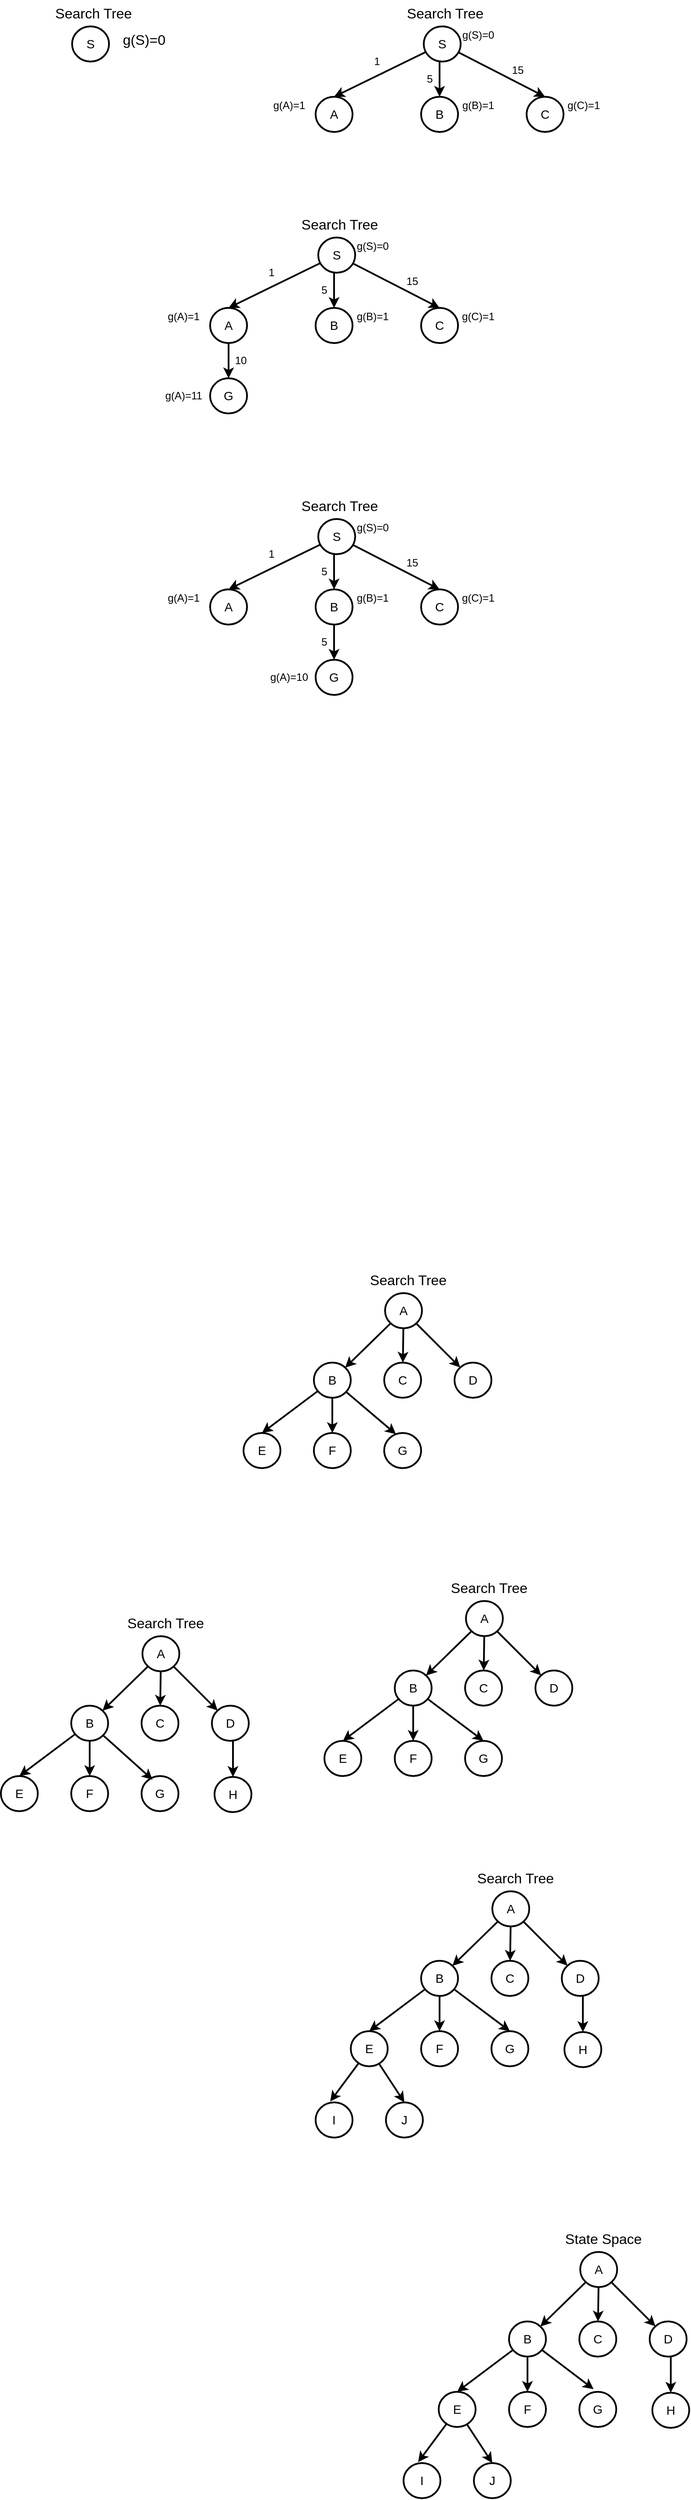
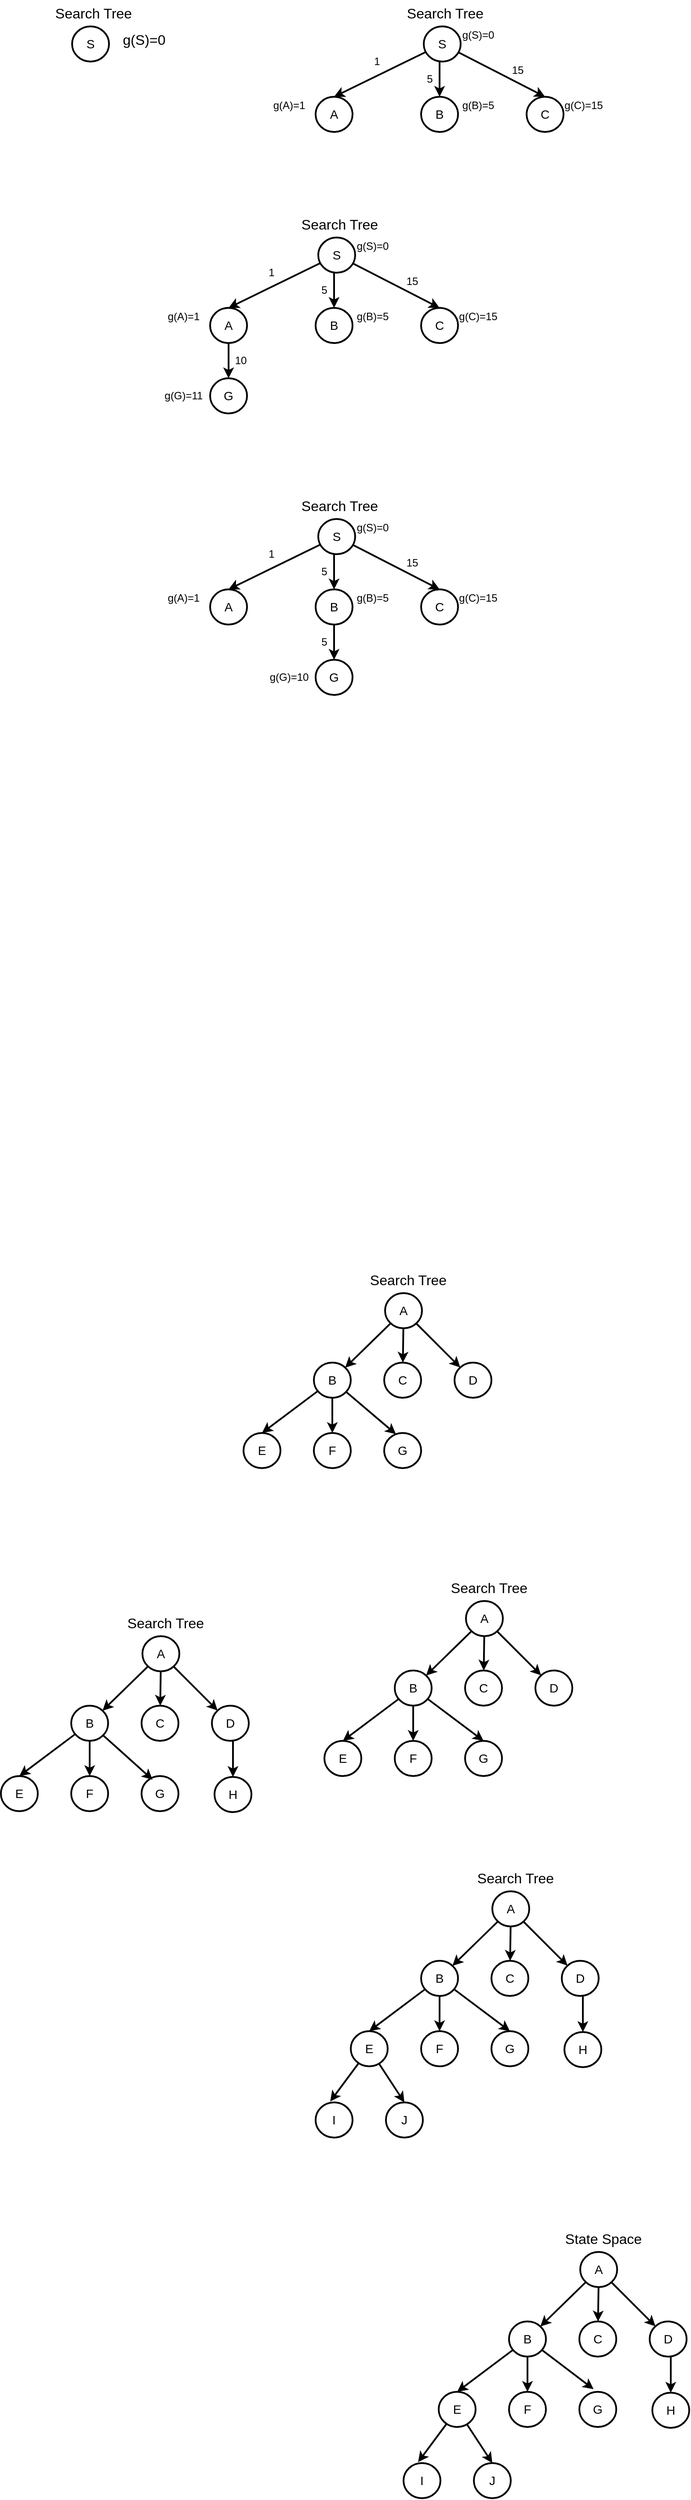
<mxfile host="app.diagrams.net">
  <diagram name="Page-1" id="BSzVWueWxRZ0f2yqvMc-">
    <mxGraphModel dx="656" dy="-749" grid="1" gridSize="10" guides="0" tooltips="1" connect="1" arrows="1" fold="1" page="1" pageScale="1" pageWidth="850" pageHeight="1100" math="0" shadow="0">
      <root>
        <mxCell id="0" />
        <mxCell id="1" parent="0" />
        <mxCell id="3aDSpglnKRdrbF7ndWlJ-5" parent="1" style="ellipse;whiteSpace=wrap;html=1;strokeWidth=2;fontSize=14;" value="S" vertex="1">
          <mxGeometry height="40" width="42" x="123" y="1160" as="geometry" />
        </mxCell>
        <mxCell id="leJ_CQFsEEDb8NTlPus--58" edge="1" parent="1" source="leJ_CQFsEEDb8NTlPus--61" style="rounded=0;orthogonalLoop=1;jettySize=auto;html=1;strokeWidth=2;endArrow=classic;endFill=1;" target="leJ_CQFsEEDb8NTlPus--64" value="">
          <mxGeometry relative="1" as="geometry" />
        </mxCell>
        <mxCell id="leJ_CQFsEEDb8NTlPus--59" edge="1" parent="1" source="leJ_CQFsEEDb8NTlPus--61" style="rounded=0;orthogonalLoop=1;jettySize=auto;html=1;strokeWidth=2;endArrow=classic;endFill=1;" target="leJ_CQFsEEDb8NTlPus--65" value="">
          <mxGeometry relative="1" as="geometry" />
        </mxCell>
        <mxCell id="leJ_CQFsEEDb8NTlPus--60" edge="1" parent="1" source="leJ_CQFsEEDb8NTlPus--61" style="rounded=0;orthogonalLoop=1;jettySize=auto;html=1;strokeWidth=2;" target="leJ_CQFsEEDb8NTlPus--66">
          <mxGeometry relative="1" as="geometry" />
        </mxCell>
        <mxCell id="leJ_CQFsEEDb8NTlPus--61" parent="1" style="ellipse;whiteSpace=wrap;html=1;strokeWidth=2;fontSize=14;" value="A" vertex="1">
          <mxGeometry height="40" width="42" x="479" y="2600" as="geometry" />
        </mxCell>
        <mxCell id="leJ_CQFsEEDb8NTlPus--62" edge="1" parent="1" source="leJ_CQFsEEDb8NTlPus--64" style="rounded=0;orthogonalLoop=1;jettySize=auto;html=1;entryX=0.5;entryY=0;entryDx=0;entryDy=0;strokeWidth=2;" target="leJ_CQFsEEDb8NTlPus--67">
          <mxGeometry relative="1" as="geometry" />
        </mxCell>
        <mxCell id="leJ_CQFsEEDb8NTlPus--63" edge="1" parent="1" source="leJ_CQFsEEDb8NTlPus--64" style="edgeStyle=orthogonalEdgeStyle;rounded=0;orthogonalLoop=1;jettySize=auto;html=1;strokeWidth=2;" target="leJ_CQFsEEDb8NTlPus--68" value="">
          <mxGeometry relative="1" as="geometry" />
        </mxCell>
        <mxCell id="leJ_CQFsEEDb8NTlPus--64" parent="1" style="ellipse;whiteSpace=wrap;html=1;strokeWidth=2;fontSize=14;" value="B" vertex="1">
          <mxGeometry height="40" width="42" x="398" y="2679" as="geometry" />
        </mxCell>
        <mxCell id="leJ_CQFsEEDb8NTlPus--65" parent="1" style="ellipse;whiteSpace=wrap;html=1;strokeWidth=2;fontSize=14;" value="C" vertex="1">
          <mxGeometry height="40" width="42" x="478" y="2679" as="geometry" />
        </mxCell>
        <mxCell id="leJ_CQFsEEDb8NTlPus--66" parent="1" style="ellipse;whiteSpace=wrap;html=1;strokeWidth=2;fontSize=14;" value="D" vertex="1">
          <mxGeometry height="40" width="42" x="558" y="2679" as="geometry" />
        </mxCell>
        <mxCell id="leJ_CQFsEEDb8NTlPus--67" parent="1" style="ellipse;whiteSpace=wrap;html=1;strokeWidth=2;fontSize=14;" value="E" vertex="1">
          <mxGeometry height="40" width="42" x="318" y="2759" as="geometry" />
        </mxCell>
        <mxCell id="leJ_CQFsEEDb8NTlPus--68" parent="1" style="ellipse;whiteSpace=wrap;html=1;strokeWidth=2;fontSize=14;" value="F" vertex="1">
          <mxGeometry height="40" width="42" x="398" y="2759" as="geometry" />
        </mxCell>
        <mxCell id="leJ_CQFsEEDb8NTlPus--69" parent="1" style="ellipse;whiteSpace=wrap;html=1;strokeWidth=2;fontSize=14;" value="G" vertex="1">
          <mxGeometry height="40" width="42" x="478" y="2759" as="geometry" />
        </mxCell>
        <mxCell id="leJ_CQFsEEDb8NTlPus--70" edge="1" parent="1" source="leJ_CQFsEEDb8NTlPus--64" style="rounded=0;orthogonalLoop=1;jettySize=auto;html=1;entryX=0.319;entryY=0.035;entryDx=0;entryDy=0;entryPerimeter=0;strokeWidth=2;" target="leJ_CQFsEEDb8NTlPus--69">
          <mxGeometry relative="1" as="geometry" />
        </mxCell>
        <mxCell id="leJ_CQFsEEDb8NTlPus--72" parent="1" style="text;html=1;whiteSpace=wrap;strokeColor=none;fillColor=none;align=center;verticalAlign=middle;rounded=0;fontSize=16;" value="Search Tree" vertex="1">
          <mxGeometry height="30" width="95" x="458" y="2570" as="geometry" />
        </mxCell>
        <mxCell id="leJ_CQFsEEDb8NTlPus--75" edge="1" parent="1" source="leJ_CQFsEEDb8NTlPus--78" style="rounded=0;orthogonalLoop=1;jettySize=auto;html=1;strokeWidth=2;endArrow=classic;endFill=1;" target="leJ_CQFsEEDb8NTlPus--81" value="">
          <mxGeometry relative="1" as="geometry" />
        </mxCell>
        <mxCell id="leJ_CQFsEEDb8NTlPus--76" edge="1" parent="1" source="leJ_CQFsEEDb8NTlPus--78" style="rounded=0;orthogonalLoop=1;jettySize=auto;html=1;strokeWidth=2;endArrow=classic;endFill=1;" target="leJ_CQFsEEDb8NTlPus--82" value="">
          <mxGeometry relative="1" as="geometry" />
        </mxCell>
        <mxCell id="leJ_CQFsEEDb8NTlPus--77" edge="1" parent="1" source="leJ_CQFsEEDb8NTlPus--78" style="rounded=0;orthogonalLoop=1;jettySize=auto;html=1;strokeWidth=2;" target="leJ_CQFsEEDb8NTlPus--84">
          <mxGeometry relative="1" as="geometry" />
        </mxCell>
        <mxCell id="leJ_CQFsEEDb8NTlPus--78" parent="1" style="ellipse;whiteSpace=wrap;html=1;strokeWidth=2;fontSize=14;" value="A" vertex="1">
          <mxGeometry height="40" width="42" x="571" y="2950" as="geometry" />
        </mxCell>
        <mxCell id="leJ_CQFsEEDb8NTlPus--79" edge="1" parent="1" source="leJ_CQFsEEDb8NTlPus--81" style="rounded=0;orthogonalLoop=1;jettySize=auto;html=1;entryX=0.5;entryY=0;entryDx=0;entryDy=0;strokeWidth=2;" target="leJ_CQFsEEDb8NTlPus--85">
          <mxGeometry relative="1" as="geometry" />
        </mxCell>
        <mxCell id="leJ_CQFsEEDb8NTlPus--208" edge="1" parent="1" source="leJ_CQFsEEDb8NTlPus--81" style="edgeStyle=orthogonalEdgeStyle;rounded=0;orthogonalLoop=1;jettySize=auto;html=1;strokeWidth=2;" target="leJ_CQFsEEDb8NTlPus--86" value="">
          <mxGeometry relative="1" as="geometry" />
        </mxCell>
        <mxCell id="leJ_CQFsEEDb8NTlPus--209" edge="1" parent="1" source="leJ_CQFsEEDb8NTlPus--81" style="rounded=0;orthogonalLoop=1;jettySize=auto;html=1;entryX=0.5;entryY=0;entryDx=0;entryDy=0;strokeWidth=2;" target="leJ_CQFsEEDb8NTlPus--87">
          <mxGeometry relative="1" as="geometry" />
        </mxCell>
        <mxCell id="leJ_CQFsEEDb8NTlPus--81" parent="1" style="ellipse;whiteSpace=wrap;html=1;strokeWidth=2;fontSize=14;" value="B" vertex="1">
          <mxGeometry height="40" width="42" x="490" y="3029" as="geometry" />
        </mxCell>
        <mxCell id="leJ_CQFsEEDb8NTlPus--82" parent="1" style="ellipse;whiteSpace=wrap;html=1;strokeWidth=2;fontSize=14;" value="C" vertex="1">
          <mxGeometry height="40" width="42" x="570" y="3029" as="geometry" />
        </mxCell>
        <mxCell id="leJ_CQFsEEDb8NTlPus--84" parent="1" style="ellipse;whiteSpace=wrap;html=1;strokeWidth=2;fontSize=14;" value="D" vertex="1">
          <mxGeometry height="40" width="42" x="650" y="3029" as="geometry" />
        </mxCell>
        <mxCell id="leJ_CQFsEEDb8NTlPus--85" parent="1" style="ellipse;whiteSpace=wrap;html=1;strokeWidth=2;fontSize=14;" value="E" vertex="1">
          <mxGeometry height="40" width="42" x="410" y="3109" as="geometry" />
        </mxCell>
        <mxCell id="leJ_CQFsEEDb8NTlPus--86" parent="1" style="ellipse;whiteSpace=wrap;html=1;strokeWidth=2;fontSize=14;" value="F" vertex="1">
          <mxGeometry height="40" width="42" x="490" y="3109" as="geometry" />
        </mxCell>
        <mxCell id="leJ_CQFsEEDb8NTlPus--87" parent="1" style="ellipse;whiteSpace=wrap;html=1;strokeWidth=2;fontSize=14;" value="G" vertex="1">
          <mxGeometry height="40" width="42" x="570" y="3109" as="geometry" />
        </mxCell>
        <mxCell id="leJ_CQFsEEDb8NTlPus--90" parent="1" style="text;html=1;whiteSpace=wrap;strokeColor=none;fillColor=none;align=center;verticalAlign=middle;rounded=0;fontSize=16;" value="Search Tree" vertex="1">
          <mxGeometry height="30" width="95" x="550" y="2920" as="geometry" />
        </mxCell>
        <mxCell id="leJ_CQFsEEDb8NTlPus--126" edge="1" parent="1" source="leJ_CQFsEEDb8NTlPus--129" style="rounded=0;orthogonalLoop=1;jettySize=auto;html=1;strokeWidth=2;endArrow=classic;endFill=1;" target="leJ_CQFsEEDb8NTlPus--131" value="">
          <mxGeometry relative="1" as="geometry" />
        </mxCell>
        <mxCell id="leJ_CQFsEEDb8NTlPus--127" edge="1" parent="1" source="leJ_CQFsEEDb8NTlPus--129" style="rounded=0;orthogonalLoop=1;jettySize=auto;html=1;strokeWidth=2;endArrow=classic;endFill=1;" target="leJ_CQFsEEDb8NTlPus--134" value="">
          <mxGeometry relative="1" as="geometry" />
        </mxCell>
        <mxCell id="leJ_CQFsEEDb8NTlPus--128" edge="1" parent="1" source="leJ_CQFsEEDb8NTlPus--129" style="rounded=0;orthogonalLoop=1;jettySize=auto;html=1;strokeWidth=2;" target="leJ_CQFsEEDb8NTlPus--136">
          <mxGeometry relative="1" as="geometry" />
        </mxCell>
        <mxCell id="leJ_CQFsEEDb8NTlPus--129" parent="1" style="ellipse;whiteSpace=wrap;html=1;strokeWidth=2;fontSize=14;" value="A" vertex="1">
          <mxGeometry height="40" width="42" x="203" y="2990" as="geometry" />
        </mxCell>
        <mxCell id="leJ_CQFsEEDb8NTlPus--130" edge="1" parent="1" source="leJ_CQFsEEDb8NTlPus--131" style="rounded=0;orthogonalLoop=1;jettySize=auto;html=1;entryX=0.5;entryY=0;entryDx=0;entryDy=0;strokeWidth=2;" target="leJ_CQFsEEDb8NTlPus--137">
          <mxGeometry relative="1" as="geometry" />
        </mxCell>
        <mxCell id="leJ_CQFsEEDb8NTlPus--206" edge="1" parent="1" source="leJ_CQFsEEDb8NTlPus--131" style="edgeStyle=orthogonalEdgeStyle;rounded=0;orthogonalLoop=1;jettySize=auto;html=1;strokeWidth=2;" target="leJ_CQFsEEDb8NTlPus--138" value="">
          <mxGeometry relative="1" as="geometry" />
        </mxCell>
        <mxCell id="leJ_CQFsEEDb8NTlPus--131" parent="1" style="ellipse;whiteSpace=wrap;html=1;strokeWidth=2;fontSize=14;" value="B" vertex="1">
          <mxGeometry height="40" width="42" x="122" y="3069" as="geometry" />
        </mxCell>
        <mxCell id="leJ_CQFsEEDb8NTlPus--134" parent="1" style="ellipse;whiteSpace=wrap;html=1;strokeWidth=2;fontSize=14;" value="C" vertex="1">
          <mxGeometry height="40" width="42" x="202" y="3069" as="geometry" />
        </mxCell>
        <mxCell id="leJ_CQFsEEDb8NTlPus--135" edge="1" parent="1" source="leJ_CQFsEEDb8NTlPus--136" style="edgeStyle=orthogonalEdgeStyle;rounded=0;orthogonalLoop=1;jettySize=auto;html=1;strokeWidth=2;" target="leJ_CQFsEEDb8NTlPus--140" value="">
          <mxGeometry relative="1" as="geometry">
            <Array as="points">
              <mxPoint x="306" y="3120" />
              <mxPoint x="306" y="3120" />
            </Array>
          </mxGeometry>
        </mxCell>
        <mxCell id="leJ_CQFsEEDb8NTlPus--136" parent="1" style="ellipse;whiteSpace=wrap;html=1;strokeWidth=2;fontSize=14;" value="D" vertex="1">
          <mxGeometry height="40" width="42" x="282" y="3069" as="geometry" />
        </mxCell>
        <mxCell id="leJ_CQFsEEDb8NTlPus--137" parent="1" style="ellipse;whiteSpace=wrap;html=1;strokeWidth=2;fontSize=14;" value="E" vertex="1">
          <mxGeometry height="40" width="42" x="42" y="3149" as="geometry" />
        </mxCell>
        <mxCell id="leJ_CQFsEEDb8NTlPus--138" parent="1" style="ellipse;whiteSpace=wrap;html=1;strokeWidth=2;fontSize=14;" value="F" vertex="1">
          <mxGeometry height="40" width="42" x="122" y="3149" as="geometry" />
        </mxCell>
        <mxCell id="leJ_CQFsEEDb8NTlPus--139" parent="1" style="ellipse;whiteSpace=wrap;html=1;strokeWidth=2;fontSize=14;" value="G" vertex="1">
          <mxGeometry height="40" width="42" x="202" y="3149" as="geometry" />
        </mxCell>
        <mxCell id="leJ_CQFsEEDb8NTlPus--140" parent="1" style="ellipse;whiteSpace=wrap;html=1;strokeWidth=2;fontSize=14;" value="H" vertex="1">
          <mxGeometry height="40" width="42" x="285" y="3150" as="geometry" />
        </mxCell>
        <mxCell id="leJ_CQFsEEDb8NTlPus--141" parent="1" style="text;html=1;whiteSpace=wrap;strokeColor=none;fillColor=none;align=center;verticalAlign=middle;rounded=0;fontSize=16;" value="Search Tree" vertex="1">
          <mxGeometry height="30" width="95" x="182" y="2960" as="geometry" />
        </mxCell>
        <mxCell id="leJ_CQFsEEDb8NTlPus--144" edge="1" parent="1" source="leJ_CQFsEEDb8NTlPus--147" style="rounded=0;orthogonalLoop=1;jettySize=auto;html=1;strokeWidth=2;endArrow=classic;endFill=1;" target="leJ_CQFsEEDb8NTlPus--149" value="">
          <mxGeometry relative="1" as="geometry" />
        </mxCell>
        <mxCell id="leJ_CQFsEEDb8NTlPus--145" edge="1" parent="1" source="leJ_CQFsEEDb8NTlPus--147" style="rounded=0;orthogonalLoop=1;jettySize=auto;html=1;strokeWidth=2;endArrow=classic;endFill=1;" target="leJ_CQFsEEDb8NTlPus--151" value="">
          <mxGeometry relative="1" as="geometry" />
        </mxCell>
        <mxCell id="leJ_CQFsEEDb8NTlPus--146" edge="1" parent="1" source="leJ_CQFsEEDb8NTlPus--147" style="rounded=0;orthogonalLoop=1;jettySize=auto;html=1;strokeWidth=2;" target="leJ_CQFsEEDb8NTlPus--154">
          <mxGeometry relative="1" as="geometry" />
        </mxCell>
        <mxCell id="leJ_CQFsEEDb8NTlPus--147" parent="1" style="ellipse;whiteSpace=wrap;html=1;strokeWidth=2;fontSize=14;" value="A" vertex="1">
          <mxGeometry height="40" width="42" x="601" y="3280" as="geometry" />
        </mxCell>
        <mxCell id="leJ_CQFsEEDb8NTlPus--148" edge="1" parent="1" source="leJ_CQFsEEDb8NTlPus--149" style="rounded=0;orthogonalLoop=1;jettySize=auto;html=1;entryX=0.5;entryY=0;entryDx=0;entryDy=0;strokeWidth=2;" target="leJ_CQFsEEDb8NTlPus--155">
          <mxGeometry relative="1" as="geometry" />
        </mxCell>
        <mxCell id="leJ_CQFsEEDb8NTlPus--210" edge="1" parent="1" source="leJ_CQFsEEDb8NTlPus--149" style="edgeStyle=orthogonalEdgeStyle;rounded=0;orthogonalLoop=1;jettySize=auto;html=1;strokeWidth=2;" target="leJ_CQFsEEDb8NTlPus--156" value="">
          <mxGeometry relative="1" as="geometry" />
        </mxCell>
        <mxCell id="leJ_CQFsEEDb8NTlPus--211" edge="1" parent="1" source="leJ_CQFsEEDb8NTlPus--149" style="rounded=0;orthogonalLoop=1;jettySize=auto;html=1;entryX=0.5;entryY=0;entryDx=0;entryDy=0;strokeWidth=2;" target="leJ_CQFsEEDb8NTlPus--157">
          <mxGeometry relative="1" as="geometry" />
        </mxCell>
        <mxCell id="leJ_CQFsEEDb8NTlPus--149" parent="1" style="ellipse;whiteSpace=wrap;html=1;strokeWidth=2;fontSize=14;" value="B" vertex="1">
          <mxGeometry height="40" width="42" x="520" y="3359" as="geometry" />
        </mxCell>
        <mxCell id="leJ_CQFsEEDb8NTlPus--151" parent="1" style="ellipse;whiteSpace=wrap;html=1;strokeWidth=2;fontSize=14;" value="C" vertex="1">
          <mxGeometry height="40" width="42" x="600" y="3359" as="geometry" />
        </mxCell>
        <mxCell id="leJ_CQFsEEDb8NTlPus--152" edge="1" parent="1" source="leJ_CQFsEEDb8NTlPus--154" style="edgeStyle=orthogonalEdgeStyle;rounded=0;orthogonalLoop=1;jettySize=auto;html=1;strokeWidth=2;" target="leJ_CQFsEEDb8NTlPus--158" value="">
          <mxGeometry relative="1" as="geometry">
            <Array as="points">
              <mxPoint x="704" y="3410" />
              <mxPoint x="704" y="3410" />
            </Array>
          </mxGeometry>
        </mxCell>
        <mxCell id="leJ_CQFsEEDb8NTlPus--154" parent="1" style="ellipse;whiteSpace=wrap;html=1;strokeWidth=2;fontSize=14;" value="D" vertex="1">
          <mxGeometry height="40" width="42" x="680" y="3359" as="geometry" />
        </mxCell>
        <mxCell id="leJ_CQFsEEDb8NTlPus--163" edge="1" parent="1" source="leJ_CQFsEEDb8NTlPus--155" style="rounded=0;orthogonalLoop=1;jettySize=auto;html=1;entryX=0.5;entryY=0;entryDx=0;entryDy=0;strokeWidth=2;" target="leJ_CQFsEEDb8NTlPus--161">
          <mxGeometry relative="1" as="geometry" />
        </mxCell>
        <mxCell id="leJ_CQFsEEDb8NTlPus--155" parent="1" style="ellipse;whiteSpace=wrap;html=1;strokeWidth=2;fontSize=14;" value="E" vertex="1">
          <mxGeometry height="40" width="42" x="440" y="3439" as="geometry" />
        </mxCell>
        <mxCell id="leJ_CQFsEEDb8NTlPus--156" parent="1" style="ellipse;whiteSpace=wrap;html=1;strokeWidth=2;fontSize=14;" value="F" vertex="1">
          <mxGeometry height="40" width="42" x="520" y="3439" as="geometry" />
        </mxCell>
        <mxCell id="leJ_CQFsEEDb8NTlPus--157" parent="1" style="ellipse;whiteSpace=wrap;html=1;strokeWidth=2;fontSize=14;" value="G" vertex="1">
          <mxGeometry height="40" width="42" x="600" y="3439" as="geometry" />
        </mxCell>
        <mxCell id="leJ_CQFsEEDb8NTlPus--158" parent="1" style="ellipse;whiteSpace=wrap;html=1;strokeWidth=2;fontSize=14;" value="H" vertex="1">
          <mxGeometry height="40" width="42" x="683" y="3440" as="geometry" />
        </mxCell>
        <mxCell id="leJ_CQFsEEDb8NTlPus--159" parent="1" style="text;html=1;whiteSpace=wrap;strokeColor=none;fillColor=none;align=center;verticalAlign=middle;rounded=0;fontSize=16;" value="Search Tree" vertex="1">
          <mxGeometry height="30" width="95" x="580" y="3250" as="geometry" />
        </mxCell>
        <mxCell id="leJ_CQFsEEDb8NTlPus--160" parent="1" style="ellipse;whiteSpace=wrap;html=1;strokeWidth=2;fontSize=14;" value="I" vertex="1">
          <mxGeometry height="40" width="42" x="400" y="3520" as="geometry" />
        </mxCell>
        <mxCell id="leJ_CQFsEEDb8NTlPus--161" parent="1" style="ellipse;whiteSpace=wrap;html=1;strokeWidth=2;fontSize=14;" value="J" vertex="1">
          <mxGeometry height="40" width="42" x="480" y="3520" as="geometry" />
        </mxCell>
        <mxCell id="leJ_CQFsEEDb8NTlPus--162" edge="1" parent="1" source="leJ_CQFsEEDb8NTlPus--155" style="rounded=0;orthogonalLoop=1;jettySize=auto;html=1;entryX=0.395;entryY=-0.025;entryDx=0;entryDy=0;entryPerimeter=0;strokeWidth=2;" target="leJ_CQFsEEDb8NTlPus--160">
          <mxGeometry relative="1" as="geometry" />
        </mxCell>
        <mxCell id="leJ_CQFsEEDb8NTlPus--164" edge="1" parent="1" source="leJ_CQFsEEDb8NTlPus--167" style="rounded=0;orthogonalLoop=1;jettySize=auto;html=1;strokeWidth=2;endArrow=classic;endFill=1;" target="leJ_CQFsEEDb8NTlPus--169" value="">
          <mxGeometry relative="1" as="geometry" />
        </mxCell>
        <mxCell id="leJ_CQFsEEDb8NTlPus--165" edge="1" parent="1" source="leJ_CQFsEEDb8NTlPus--167" style="rounded=0;orthogonalLoop=1;jettySize=auto;html=1;strokeWidth=2;endArrow=classic;endFill=1;" target="leJ_CQFsEEDb8NTlPus--171" value="">
          <mxGeometry relative="1" as="geometry" />
        </mxCell>
        <mxCell id="leJ_CQFsEEDb8NTlPus--166" edge="1" parent="1" source="leJ_CQFsEEDb8NTlPus--167" style="rounded=0;orthogonalLoop=1;jettySize=auto;html=1;strokeWidth=2;" target="leJ_CQFsEEDb8NTlPus--174">
          <mxGeometry relative="1" as="geometry" />
        </mxCell>
        <mxCell id="leJ_CQFsEEDb8NTlPus--167" parent="1" style="ellipse;whiteSpace=wrap;html=1;strokeWidth=2;fontSize=14;" value="A" vertex="1">
          <mxGeometry height="40" width="42" x="701" y="3690" as="geometry" />
        </mxCell>
        <mxCell id="leJ_CQFsEEDb8NTlPus--168" edge="1" parent="1" source="leJ_CQFsEEDb8NTlPus--169" style="rounded=0;orthogonalLoop=1;jettySize=auto;html=1;entryX=0.5;entryY=0;entryDx=0;entryDy=0;strokeWidth=2;" target="leJ_CQFsEEDb8NTlPus--176">
          <mxGeometry relative="1" as="geometry" />
        </mxCell>
        <mxCell id="leJ_CQFsEEDb8NTlPus--212" edge="1" parent="1" source="leJ_CQFsEEDb8NTlPus--169" style="edgeStyle=orthogonalEdgeStyle;rounded=0;orthogonalLoop=1;jettySize=auto;html=1;strokeWidth=2;" target="leJ_CQFsEEDb8NTlPus--177" value="">
          <mxGeometry relative="1" as="geometry" />
        </mxCell>
        <mxCell id="leJ_CQFsEEDb8NTlPus--169" parent="1" style="ellipse;whiteSpace=wrap;html=1;strokeWidth=2;fontSize=14;" value="B" vertex="1">
          <mxGeometry height="40" width="42" x="620" y="3769" as="geometry" />
        </mxCell>
        <mxCell id="leJ_CQFsEEDb8NTlPus--171" parent="1" style="ellipse;whiteSpace=wrap;html=1;strokeWidth=2;fontSize=14;" value="C" vertex="1">
          <mxGeometry height="40" width="42" x="700" y="3769" as="geometry" />
        </mxCell>
        <mxCell id="leJ_CQFsEEDb8NTlPus--172" edge="1" parent="1" source="leJ_CQFsEEDb8NTlPus--174" style="edgeStyle=orthogonalEdgeStyle;rounded=0;orthogonalLoop=1;jettySize=auto;html=1;strokeWidth=2;" target="leJ_CQFsEEDb8NTlPus--179" value="">
          <mxGeometry relative="1" as="geometry">
            <Array as="points">
              <mxPoint x="804" y="3820" />
              <mxPoint x="804" y="3820" />
            </Array>
          </mxGeometry>
        </mxCell>
        <mxCell id="leJ_CQFsEEDb8NTlPus--174" parent="1" style="ellipse;whiteSpace=wrap;html=1;strokeWidth=2;fontSize=14;" value="D" vertex="1">
          <mxGeometry height="40" width="42" x="780" y="3769" as="geometry" />
        </mxCell>
        <mxCell id="leJ_CQFsEEDb8NTlPus--214" edge="1" parent="1" source="leJ_CQFsEEDb8NTlPus--176" style="rounded=0;orthogonalLoop=1;jettySize=auto;html=1;entryX=0.5;entryY=0;entryDx=0;entryDy=0;strokeWidth=2;" target="leJ_CQFsEEDb8NTlPus--182">
          <mxGeometry relative="1" as="geometry" />
        </mxCell>
        <mxCell id="leJ_CQFsEEDb8NTlPus--176" parent="1" style="ellipse;whiteSpace=wrap;html=1;strokeWidth=2;fontSize=14;" value="E" vertex="1">
          <mxGeometry height="40" width="42" x="540" y="3849" as="geometry" />
        </mxCell>
        <mxCell id="leJ_CQFsEEDb8NTlPus--177" parent="1" style="ellipse;whiteSpace=wrap;html=1;strokeWidth=2;fontSize=14;" value="F" vertex="1">
          <mxGeometry height="40" width="42" x="620" y="3849" as="geometry" />
        </mxCell>
        <mxCell id="leJ_CQFsEEDb8NTlPus--178" parent="1" style="ellipse;whiteSpace=wrap;html=1;strokeWidth=2;fontSize=14;" value="G" vertex="1">
          <mxGeometry height="40" width="42" x="700" y="3849" as="geometry" />
        </mxCell>
        <mxCell id="leJ_CQFsEEDb8NTlPus--179" parent="1" style="ellipse;whiteSpace=wrap;html=1;strokeWidth=2;fontSize=14;" value="H" vertex="1">
          <mxGeometry height="40" width="42" x="783" y="3850" as="geometry" />
        </mxCell>
        <mxCell id="leJ_CQFsEEDb8NTlPus--180" parent="1" style="text;html=1;whiteSpace=wrap;strokeColor=none;fillColor=none;align=center;verticalAlign=middle;rounded=0;fontSize=16;" value="State Space" vertex="1">
          <mxGeometry height="30" width="95" x="680" y="3660" as="geometry" />
        </mxCell>
        <mxCell id="leJ_CQFsEEDb8NTlPus--181" parent="1" style="ellipse;whiteSpace=wrap;html=1;strokeWidth=2;fontSize=14;" value="I" vertex="1">
          <mxGeometry height="40" width="42" x="500" y="3930" as="geometry" />
        </mxCell>
        <mxCell id="leJ_CQFsEEDb8NTlPus--182" parent="1" style="ellipse;whiteSpace=wrap;html=1;strokeWidth=2;fontSize=14;" value="J" vertex="1">
          <mxGeometry height="40" width="42" x="580" y="3930" as="geometry" />
        </mxCell>
        <mxCell id="leJ_CQFsEEDb8NTlPus--183" edge="1" parent="1" source="leJ_CQFsEEDb8NTlPus--176" style="rounded=0;orthogonalLoop=1;jettySize=auto;html=1;entryX=0.395;entryY=-0.025;entryDx=0;entryDy=0;entryPerimeter=0;strokeWidth=2;" target="leJ_CQFsEEDb8NTlPus--181">
          <mxGeometry relative="1" as="geometry" />
        </mxCell>
        <mxCell id="leJ_CQFsEEDb8NTlPus--207" edge="1" parent="1" source="leJ_CQFsEEDb8NTlPus--131" style="rounded=0;orthogonalLoop=1;jettySize=auto;html=1;entryX=0.3;entryY=0.105;entryDx=0;entryDy=0;entryPerimeter=0;strokeWidth=2;" target="leJ_CQFsEEDb8NTlPus--139">
          <mxGeometry relative="1" as="geometry" />
        </mxCell>
        <mxCell id="leJ_CQFsEEDb8NTlPus--213" edge="1" parent="1" source="leJ_CQFsEEDb8NTlPus--169" style="rounded=0;orthogonalLoop=1;jettySize=auto;html=1;entryX=0.386;entryY=-0.075;entryDx=0;entryDy=0;entryPerimeter=0;strokeWidth=2;" target="leJ_CQFsEEDb8NTlPus--178">
          <mxGeometry relative="1" as="geometry" />
        </mxCell>
        <mxCell id="Hi2cSjZG-zVcyAHktf9y-1" parent="1" style="text;html=1;whiteSpace=wrap;strokeColor=none;fillColor=none;align=center;verticalAlign=middle;rounded=0;fontSize=16;" value="Search Tree" vertex="1">
          <mxGeometry height="30" width="95" x="100" y="1130" as="geometry" />
        </mxCell>
        <mxCell id="Hi2cSjZG-zVcyAHktf9y-7" edge="1" parent="1" source="Hi2cSjZG-zVcyAHktf9y-2" style="rounded=0;orthogonalLoop=1;jettySize=auto;html=1;entryX=0.5;entryY=0;entryDx=0;entryDy=0;strokeWidth=2;" target="Hi2cSjZG-zVcyAHktf9y-4">
          <mxGeometry relative="1" as="geometry" />
        </mxCell>
        <mxCell id="Hi2cSjZG-zVcyAHktf9y-8" edge="1" parent="1" source="Hi2cSjZG-zVcyAHktf9y-2" style="edgeStyle=orthogonalEdgeStyle;rounded=0;orthogonalLoop=1;jettySize=auto;html=1;strokeWidth=2;" target="Hi2cSjZG-zVcyAHktf9y-5" value="">
          <mxGeometry relative="1" as="geometry">
            <Array as="points">
              <mxPoint x="541" y="1210" />
              <mxPoint x="541" y="1210" />
            </Array>
          </mxGeometry>
        </mxCell>
        <mxCell id="Hi2cSjZG-zVcyAHktf9y-9" edge="1" parent="1" source="Hi2cSjZG-zVcyAHktf9y-2" style="rounded=0;orthogonalLoop=1;jettySize=auto;html=1;entryX=0.5;entryY=0;entryDx=0;entryDy=0;strokeWidth=2;" target="Hi2cSjZG-zVcyAHktf9y-6">
          <mxGeometry relative="1" as="geometry" />
        </mxCell>
        <mxCell id="Hi2cSjZG-zVcyAHktf9y-2" parent="1" style="ellipse;whiteSpace=wrap;html=1;strokeWidth=2;fontSize=14;" value="S" vertex="1">
          <mxGeometry height="40" width="42" x="523" y="1160" as="geometry" />
        </mxCell>
        <mxCell id="Hi2cSjZG-zVcyAHktf9y-3" parent="1" style="text;html=1;whiteSpace=wrap;strokeColor=none;fillColor=none;align=center;verticalAlign=middle;rounded=0;fontSize=16;" value="Search Tree" vertex="1">
          <mxGeometry height="30" width="95" x="500" y="1130" as="geometry" />
        </mxCell>
        <mxCell id="Hi2cSjZG-zVcyAHktf9y-4" parent="1" style="ellipse;whiteSpace=wrap;html=1;strokeWidth=2;fontSize=14;" value="A" vertex="1">
          <mxGeometry height="40" width="42" x="400" y="1240" as="geometry" />
        </mxCell>
        <mxCell id="Hi2cSjZG-zVcyAHktf9y-5" parent="1" style="ellipse;whiteSpace=wrap;html=1;strokeWidth=2;fontSize=14;" value="B" vertex="1">
          <mxGeometry height="40" width="42" x="520" y="1240" as="geometry" />
        </mxCell>
        <mxCell id="Hi2cSjZG-zVcyAHktf9y-6" parent="1" style="ellipse;whiteSpace=wrap;html=1;strokeWidth=2;fontSize=14;" value="C" vertex="1">
          <mxGeometry height="40" width="42" x="640" y="1240" as="geometry" />
        </mxCell>
        <mxCell id="Hi2cSjZG-zVcyAHktf9y-18" parent="1" style="text;html=1;whiteSpace=wrap;strokeColor=none;fillColor=none;align=center;verticalAlign=middle;rounded=0;fontSize=16;" value="g(S)=0" vertex="1">
          <mxGeometry height="30" width="70" x="170" y="1160" as="geometry" />
        </mxCell>
        <mxCell id="Hi2cSjZG-zVcyAHktf9y-19" parent="1" style="text;html=1;whiteSpace=wrap;strokeColor=none;fillColor=none;align=center;verticalAlign=middle;rounded=0;fontSize=12;" value="g(S)=0" vertex="1">
          <mxGeometry height="20" width="50" x="560" y="1160" as="geometry" />
        </mxCell>
        <mxCell id="Hi2cSjZG-zVcyAHktf9y-20" parent="1" style="text;html=1;whiteSpace=wrap;strokeColor=none;fillColor=none;align=center;verticalAlign=middle;rounded=0;fontSize=12;" value="g(A)=1" vertex="1">
          <mxGeometry height="20" width="40" x="350" y="1240" as="geometry" />
        </mxCell>
-         <mxCell id="Hi2cSjZG-zVcyAHktf9y-21" parent="1" style="text;html=1;whiteSpace=wrap;strokeColor=none;fillColor=none;align=center;verticalAlign=middle;rounded=0;fontSize=12;" value="g(B)=1" vertex="1">
+         <mxCell id="Hi2cSjZG-zVcyAHktf9y-21" parent="1" style="text;html=1;whiteSpace=wrap;strokeColor=none;fillColor=none;align=center;verticalAlign=middle;rounded=0;fontSize=12;" value="g(B)=5" vertex="1">
          <mxGeometry height="20" width="50" x="560" y="1240" as="geometry" />
        </mxCell>
-         <mxCell id="Hi2cSjZG-zVcyAHktf9y-22" parent="1" style="text;html=1;whiteSpace=wrap;strokeColor=none;fillColor=none;align=center;verticalAlign=middle;rounded=0;fontSize=12;" value="g(C)=1" vertex="1">
+         <mxCell id="Hi2cSjZG-zVcyAHktf9y-22" parent="1" style="text;html=1;whiteSpace=wrap;strokeColor=none;fillColor=none;align=center;verticalAlign=middle;rounded=0;fontSize=12;" value="g(C)=15" vertex="1">
          <mxGeometry height="20" width="50" x="680" y="1240" as="geometry" />
        </mxCell>
        <mxCell id="Hi2cSjZG-zVcyAHktf9y-23" parent="1" style="text;html=1;whiteSpace=wrap;strokeColor=none;fillColor=none;align=center;verticalAlign=middle;rounded=0;fontSize=12;" value="1" vertex="1">
          <mxGeometry height="20" width="20" x="460" y="1190" as="geometry" />
        </mxCell>
        <mxCell id="Hi2cSjZG-zVcyAHktf9y-24" parent="1" style="text;html=1;whiteSpace=wrap;strokeColor=none;fillColor=none;align=center;verticalAlign=middle;rounded=0;fontSize=12;" value="5" vertex="1">
          <mxGeometry height="20" width="20" x="520" y="1210" as="geometry" />
        </mxCell>
        <mxCell id="Hi2cSjZG-zVcyAHktf9y-25" parent="1" style="text;html=1;whiteSpace=wrap;strokeColor=none;fillColor=none;align=center;verticalAlign=middle;rounded=0;fontSize=12;" value="15" vertex="1">
          <mxGeometry height="20" width="20" x="620" y="1200" as="geometry" />
        </mxCell>
        <mxCell id="Hi2cSjZG-zVcyAHktf9y-26" edge="1" parent="1" source="Hi2cSjZG-zVcyAHktf9y-29" style="rounded=0;orthogonalLoop=1;jettySize=auto;html=1;entryX=0.5;entryY=0;entryDx=0;entryDy=0;strokeWidth=2;" target="Hi2cSjZG-zVcyAHktf9y-31">
          <mxGeometry relative="1" as="geometry" />
        </mxCell>
        <mxCell id="Hi2cSjZG-zVcyAHktf9y-27" edge="1" parent="1" source="Hi2cSjZG-zVcyAHktf9y-29" style="edgeStyle=orthogonalEdgeStyle;rounded=0;orthogonalLoop=1;jettySize=auto;html=1;strokeWidth=2;" target="Hi2cSjZG-zVcyAHktf9y-32" value="">
          <mxGeometry relative="1" as="geometry">
            <Array as="points">
              <mxPoint x="421" y="1450" />
              <mxPoint x="421" y="1450" />
            </Array>
          </mxGeometry>
        </mxCell>
        <mxCell id="Hi2cSjZG-zVcyAHktf9y-28" edge="1" parent="1" source="Hi2cSjZG-zVcyAHktf9y-29" style="rounded=0;orthogonalLoop=1;jettySize=auto;html=1;entryX=0.5;entryY=0;entryDx=0;entryDy=0;strokeWidth=2;" target="Hi2cSjZG-zVcyAHktf9y-33">
          <mxGeometry relative="1" as="geometry" />
        </mxCell>
        <mxCell id="Hi2cSjZG-zVcyAHktf9y-29" parent="1" style="ellipse;whiteSpace=wrap;html=1;strokeWidth=2;fontSize=14;" value="S" vertex="1">
          <mxGeometry height="40" width="42" x="403" y="1400" as="geometry" />
        </mxCell>
        <mxCell id="Hi2cSjZG-zVcyAHktf9y-30" parent="1" style="text;html=1;whiteSpace=wrap;strokeColor=none;fillColor=none;align=center;verticalAlign=middle;rounded=0;fontSize=16;" value="Search Tree" vertex="1">
          <mxGeometry height="30" width="95" x="380" y="1370" as="geometry" />
        </mxCell>
        <mxCell id="Hi2cSjZG-zVcyAHktf9y-42" edge="1" parent="1" source="Hi2cSjZG-zVcyAHktf9y-31" style="edgeStyle=orthogonalEdgeStyle;rounded=0;orthogonalLoop=1;jettySize=auto;html=1;strokeWidth=2;" target="Hi2cSjZG-zVcyAHktf9y-41" value="">
          <mxGeometry relative="1" as="geometry" />
        </mxCell>
        <mxCell id="Hi2cSjZG-zVcyAHktf9y-31" parent="1" style="ellipse;whiteSpace=wrap;html=1;strokeWidth=2;fontSize=14;" value="A" vertex="1">
          <mxGeometry height="40" width="42" x="280" y="1480" as="geometry" />
        </mxCell>
        <mxCell id="Hi2cSjZG-zVcyAHktf9y-32" parent="1" style="ellipse;whiteSpace=wrap;html=1;strokeWidth=2;fontSize=14;" value="B" vertex="1">
          <mxGeometry height="40" width="42" x="400" y="1480" as="geometry" />
        </mxCell>
        <mxCell id="Hi2cSjZG-zVcyAHktf9y-33" parent="1" style="ellipse;whiteSpace=wrap;html=1;strokeWidth=2;fontSize=14;" value="C" vertex="1">
          <mxGeometry height="40" width="42" x="520" y="1480" as="geometry" />
        </mxCell>
        <mxCell id="Hi2cSjZG-zVcyAHktf9y-34" parent="1" style="text;html=1;whiteSpace=wrap;strokeColor=none;fillColor=none;align=center;verticalAlign=middle;rounded=0;fontSize=12;" value="g(S)=0" vertex="1">
          <mxGeometry height="20" width="50" x="440" y="1400" as="geometry" />
        </mxCell>
        <mxCell id="Hi2cSjZG-zVcyAHktf9y-35" parent="1" style="text;html=1;whiteSpace=wrap;strokeColor=none;fillColor=none;align=center;verticalAlign=middle;rounded=0;fontSize=12;" value="g(A)=1" vertex="1">
          <mxGeometry height="20" width="40" x="230" y="1480" as="geometry" />
        </mxCell>
-         <mxCell id="Hi2cSjZG-zVcyAHktf9y-36" parent="1" style="text;html=1;whiteSpace=wrap;strokeColor=none;fillColor=none;align=center;verticalAlign=middle;rounded=0;fontSize=12;" value="g(B)=1" vertex="1">
+         <mxCell id="Hi2cSjZG-zVcyAHktf9y-36" parent="1" style="text;html=1;whiteSpace=wrap;strokeColor=none;fillColor=none;align=center;verticalAlign=middle;rounded=0;fontSize=12;" value="g(B)=5" vertex="1">
          <mxGeometry height="20" width="50" x="440" y="1480" as="geometry" />
        </mxCell>
-         <mxCell id="Hi2cSjZG-zVcyAHktf9y-37" parent="1" style="text;html=1;whiteSpace=wrap;strokeColor=none;fillColor=none;align=center;verticalAlign=middle;rounded=0;fontSize=12;" value="g(C)=1" vertex="1">
+         <mxCell id="Hi2cSjZG-zVcyAHktf9y-37" parent="1" style="text;html=1;whiteSpace=wrap;strokeColor=none;fillColor=none;align=center;verticalAlign=middle;rounded=0;fontSize=12;" value="g(C)=15" vertex="1">
          <mxGeometry height="20" width="50" x="560" y="1480" as="geometry" />
        </mxCell>
        <mxCell id="Hi2cSjZG-zVcyAHktf9y-38" parent="1" style="text;html=1;whiteSpace=wrap;strokeColor=none;fillColor=none;align=center;verticalAlign=middle;rounded=0;fontSize=12;" value="1" vertex="1">
          <mxGeometry height="20" width="20" x="340" y="1430" as="geometry" />
        </mxCell>
        <mxCell id="Hi2cSjZG-zVcyAHktf9y-39" parent="1" style="text;html=1;whiteSpace=wrap;strokeColor=none;fillColor=none;align=center;verticalAlign=middle;rounded=0;fontSize=12;" value="5" vertex="1">
          <mxGeometry height="20" width="20" x="400" y="1450" as="geometry" />
        </mxCell>
        <mxCell id="Hi2cSjZG-zVcyAHktf9y-40" parent="1" style="text;html=1;whiteSpace=wrap;strokeColor=none;fillColor=none;align=center;verticalAlign=middle;rounded=0;fontSize=12;" value="15" vertex="1">
          <mxGeometry height="20" width="20" x="500" y="1440" as="geometry" />
        </mxCell>
        <mxCell id="Hi2cSjZG-zVcyAHktf9y-41" parent="1" style="ellipse;whiteSpace=wrap;html=1;strokeWidth=2;fontSize=14;" value="G" vertex="1">
          <mxGeometry height="40" width="42" x="280" y="1560" as="geometry" />
        </mxCell>
-         <mxCell id="Hi2cSjZG-zVcyAHktf9y-43" parent="1" style="text;html=1;whiteSpace=wrap;strokeColor=none;fillColor=none;align=center;verticalAlign=middle;rounded=0;fontSize=12;" value="g(A)=11" vertex="1">
+         <mxCell id="Hi2cSjZG-zVcyAHktf9y-43" parent="1" style="text;html=1;whiteSpace=wrap;strokeColor=none;fillColor=none;align=center;verticalAlign=middle;rounded=0;fontSize=12;" value="g(G)=11" vertex="1">
          <mxGeometry height="20" width="40" x="230" y="1570" as="geometry" />
        </mxCell>
        <mxCell id="Hi2cSjZG-zVcyAHktf9y-44" parent="1" style="text;html=1;whiteSpace=wrap;strokeColor=none;fillColor=none;align=center;verticalAlign=middle;rounded=0;fontSize=12;" value="10" vertex="1">
          <mxGeometry height="20" width="20" x="305" y="1530" as="geometry" />
        </mxCell>
        <mxCell id="Hi2cSjZG-zVcyAHktf9y-45" edge="1" parent="1" source="Hi2cSjZG-zVcyAHktf9y-48" style="rounded=0;orthogonalLoop=1;jettySize=auto;html=1;entryX=0.5;entryY=0;entryDx=0;entryDy=0;strokeWidth=2;" target="Hi2cSjZG-zVcyAHktf9y-51">
          <mxGeometry relative="1" as="geometry" />
        </mxCell>
        <mxCell id="Hi2cSjZG-zVcyAHktf9y-46" edge="1" parent="1" source="Hi2cSjZG-zVcyAHktf9y-48" style="edgeStyle=orthogonalEdgeStyle;rounded=0;orthogonalLoop=1;jettySize=auto;html=1;strokeWidth=2;" target="Hi2cSjZG-zVcyAHktf9y-52" value="">
          <mxGeometry relative="1" as="geometry">
            <Array as="points">
              <mxPoint x="421" y="1770" />
              <mxPoint x="421" y="1770" />
            </Array>
          </mxGeometry>
        </mxCell>
        <mxCell id="Hi2cSjZG-zVcyAHktf9y-47" edge="1" parent="1" source="Hi2cSjZG-zVcyAHktf9y-48" style="rounded=0;orthogonalLoop=1;jettySize=auto;html=1;entryX=0.5;entryY=0;entryDx=0;entryDy=0;strokeWidth=2;" target="Hi2cSjZG-zVcyAHktf9y-53">
          <mxGeometry relative="1" as="geometry" />
        </mxCell>
        <mxCell id="Hi2cSjZG-zVcyAHktf9y-48" parent="1" style="ellipse;whiteSpace=wrap;html=1;strokeWidth=2;fontSize=14;" value="S" vertex="1">
          <mxGeometry height="40" width="42" x="403" y="1720" as="geometry" />
        </mxCell>
        <mxCell id="Hi2cSjZG-zVcyAHktf9y-49" parent="1" style="text;html=1;whiteSpace=wrap;strokeColor=none;fillColor=none;align=center;verticalAlign=middle;rounded=0;fontSize=16;" value="Search Tree" vertex="1">
          <mxGeometry height="30" width="95" x="380" y="1690" as="geometry" />
        </mxCell>
        <mxCell id="Hi2cSjZG-zVcyAHktf9y-51" parent="1" style="ellipse;whiteSpace=wrap;html=1;strokeWidth=2;fontSize=14;" value="A" vertex="1">
          <mxGeometry height="40" width="42" x="280" y="1800" as="geometry" />
        </mxCell>
        <mxCell id="Hi2cSjZG-zVcyAHktf9y-64" edge="1" parent="1" source="Hi2cSjZG-zVcyAHktf9y-52" style="edgeStyle=orthogonalEdgeStyle;rounded=0;orthogonalLoop=1;jettySize=auto;html=1;strokeWidth=2;" target="Hi2cSjZG-zVcyAHktf9y-61" value="">
          <mxGeometry relative="1" as="geometry" />
        </mxCell>
        <mxCell id="Hi2cSjZG-zVcyAHktf9y-52" parent="1" style="ellipse;whiteSpace=wrap;html=1;strokeWidth=2;fontSize=14;" value="B" vertex="1">
          <mxGeometry height="40" width="42" x="400" y="1800" as="geometry" />
        </mxCell>
        <mxCell id="Hi2cSjZG-zVcyAHktf9y-53" parent="1" style="ellipse;whiteSpace=wrap;html=1;strokeWidth=2;fontSize=14;" value="C" vertex="1">
          <mxGeometry height="40" width="42" x="520" y="1800" as="geometry" />
        </mxCell>
        <mxCell id="Hi2cSjZG-zVcyAHktf9y-54" parent="1" style="text;html=1;whiteSpace=wrap;strokeColor=none;fillColor=none;align=center;verticalAlign=middle;rounded=0;fontSize=12;" value="g(S)=0" vertex="1">
          <mxGeometry height="20" width="50" x="440" y="1720" as="geometry" />
        </mxCell>
        <mxCell id="Hi2cSjZG-zVcyAHktf9y-55" parent="1" style="text;html=1;whiteSpace=wrap;strokeColor=none;fillColor=none;align=center;verticalAlign=middle;rounded=0;fontSize=12;" value="g(A)=1" vertex="1">
          <mxGeometry height="20" width="40" x="230" y="1800" as="geometry" />
        </mxCell>
-         <mxCell id="Hi2cSjZG-zVcyAHktf9y-56" parent="1" style="text;html=1;whiteSpace=wrap;strokeColor=none;fillColor=none;align=center;verticalAlign=middle;rounded=0;fontSize=12;" value="g(B)=1" vertex="1">
+         <mxCell id="Hi2cSjZG-zVcyAHktf9y-56" parent="1" style="text;html=1;whiteSpace=wrap;strokeColor=none;fillColor=none;align=center;verticalAlign=middle;rounded=0;fontSize=12;" value="g(B)=5" vertex="1">
          <mxGeometry height="20" width="50" x="440" y="1800" as="geometry" />
        </mxCell>
-         <mxCell id="Hi2cSjZG-zVcyAHktf9y-57" parent="1" style="text;html=1;whiteSpace=wrap;strokeColor=none;fillColor=none;align=center;verticalAlign=middle;rounded=0;fontSize=12;" value="g(C)=1" vertex="1">
+         <mxCell id="Hi2cSjZG-zVcyAHktf9y-57" parent="1" style="text;html=1;whiteSpace=wrap;strokeColor=none;fillColor=none;align=center;verticalAlign=middle;rounded=0;fontSize=12;" value="g(C)=15" vertex="1">
          <mxGeometry height="20" width="50" x="560" y="1800" as="geometry" />
        </mxCell>
        <mxCell id="Hi2cSjZG-zVcyAHktf9y-58" parent="1" style="text;html=1;whiteSpace=wrap;strokeColor=none;fillColor=none;align=center;verticalAlign=middle;rounded=0;fontSize=12;" value="1" vertex="1">
          <mxGeometry height="20" width="20" x="340" y="1750" as="geometry" />
        </mxCell>
        <mxCell id="Hi2cSjZG-zVcyAHktf9y-59" parent="1" style="text;html=1;whiteSpace=wrap;strokeColor=none;fillColor=none;align=center;verticalAlign=middle;rounded=0;fontSize=12;" value="5" vertex="1">
          <mxGeometry height="20" width="20" x="400" y="1770" as="geometry" />
        </mxCell>
        <mxCell id="Hi2cSjZG-zVcyAHktf9y-60" parent="1" style="text;html=1;whiteSpace=wrap;strokeColor=none;fillColor=none;align=center;verticalAlign=middle;rounded=0;fontSize=12;" value="15" vertex="1">
          <mxGeometry height="20" width="20" x="500" y="1760" as="geometry" />
        </mxCell>
        <mxCell id="Hi2cSjZG-zVcyAHktf9y-61" parent="1" style="ellipse;whiteSpace=wrap;html=1;strokeWidth=2;fontSize=14;" value="G" vertex="1">
          <mxGeometry height="40" width="42" x="400" y="1880" as="geometry" />
        </mxCell>
-         <mxCell id="Hi2cSjZG-zVcyAHktf9y-62" parent="1" style="text;html=1;whiteSpace=wrap;strokeColor=none;fillColor=none;align=center;verticalAlign=middle;rounded=0;fontSize=12;" value="g(A)=10" vertex="1">
+         <mxCell id="Hi2cSjZG-zVcyAHktf9y-62" parent="1" style="text;html=1;whiteSpace=wrap;strokeColor=none;fillColor=none;align=center;verticalAlign=middle;rounded=0;fontSize=12;" value="g(G)=10" vertex="1">
          <mxGeometry height="20" width="40" x="350" y="1890" as="geometry" />
        </mxCell>
        <mxCell id="Hi2cSjZG-zVcyAHktf9y-63" parent="1" style="text;html=1;whiteSpace=wrap;strokeColor=none;fillColor=none;align=center;verticalAlign=middle;rounded=0;fontSize=12;" value="5" vertex="1">
          <mxGeometry height="20" width="20" x="400" y="1850" as="geometry" />
        </mxCell>
      </root>
    </mxGraphModel>
  </diagram>
</mxfile>
